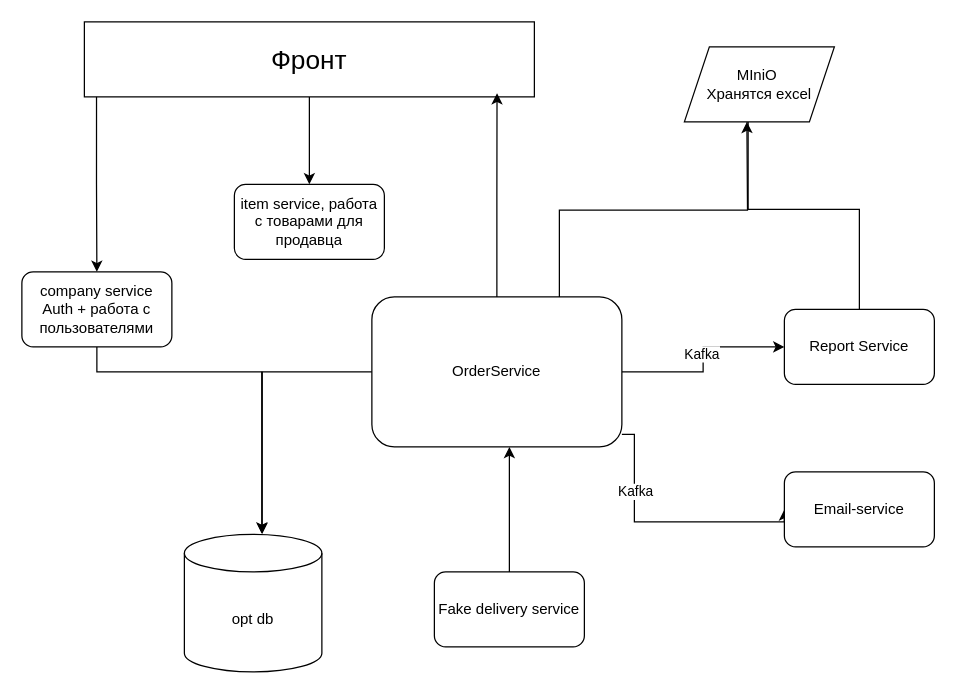
diploma-rabota/other keeps this draw.io diagram as Примерная архитектура.drawio. Above is the earlier version. Source tidied: cells renumbered, new cells numbered last; positions are measured from the earlier drawing's top-left corner, leaving out a move shared by most shapes. Both pictures are drawn from the tidied source at 125%, with x=0, y=0 at pixel (21, 21).
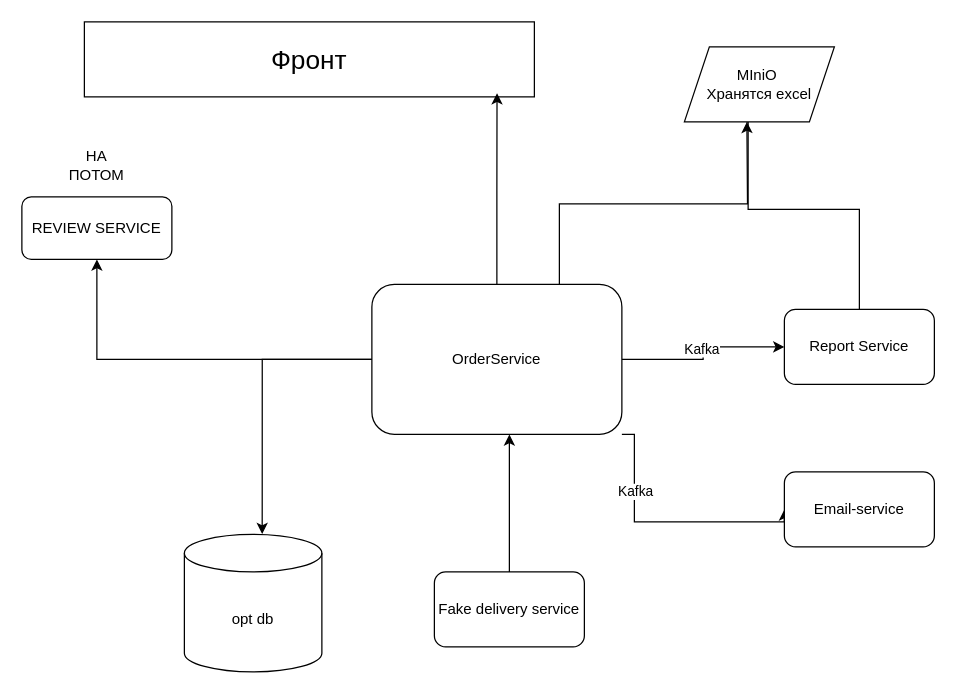
After the change.

Commit message:
С архитекутрой подумоть надо

Unchanged cells that the change refers to:
```xml
<mxCell id="4" value="&lt;font style=&quot;font-size: 21px;&quot;&gt;Фронт&lt;/font&gt;" style="rounded=0;whiteSpace=wrap;html=1;" parent="1" vertex="1">
  <mxGeometry x="50" width="360" height="60" as="geometry" />
</mxCell>
<mxCell id="17" value="opt db" style="shape=cylinder3;whiteSpace=wrap;html=1;boundedLbl=1;backgroundOutline=1;size=15;" parent="1" vertex="1">
  <mxGeometry x="130" y="410" width="110" height="110" as="geometry" />
</mxCell>
```

Change to the diagram source:
```diff
@@
-    <mxCell id="2" style="edgeStyle=orthogonalEdgeStyle;rounded=0;jettySize=auto;html=1;entryX=0.5;entryY=0;entryDx=0;entryDy=0;exitX=0.027;exitY=0.99;exitDx=0;exitDy=0;exitPerimeter=0;" parent="1" edge="1" source="4" target="6">
-      <mxGeometry relative="1" as="geometry" />
-    </mxCell>
-    <mxCell id="3" style="edgeStyle=orthogonalEdgeStyle;rounded=0;jettySize=auto;html=1;" parent="1" edge="1" source="4">
-      <mxGeometry relative="1" as="geometry">
-        <mxPoint x="230" y="130" as="targetPoint" />
-      </mxGeometry>
-    </mxCell>
@@
-    <mxCell id="5" style="edgeStyle=orthogonalEdgeStyle;rounded=0;jettySize=auto;html=1;entryX=0.563;entryY=-0.006;entryDx=0;entryDy=0;entryPerimeter=0;" parent="1" edge="1" source="6" target="17">
-      <mxGeometry relative="1" as="geometry">
-        <Array as="points">
-          <mxPoint x="60" y="280" />
-          <mxPoint x="192" y="280" />
-        </Array>
-      </mxGeometry>
-    </mxCell>
-    <mxCell id="6" value="company service&lt;div&gt;Auth + работа с пользователями&lt;/div&gt;" style="rounded=1;whiteSpace=wrap;html=1;" parent="1" vertex="1">
-      <mxGeometry y="200" width="120" height="60" as="geometry" />
-    </mxCell>
@@
+    <mxCell id="23" style="edgeStyle=orthogonalEdgeStyle;rounded=0;jettySize=auto;html=1;entryX=0.5;entryY=1;entryDx=0;entryDy=0;" parent="1" edge="1" source="12" target="24">
+      <mxGeometry relative="1" as="geometry" />
+    </mxCell>
     <mxCell id="12" value="OrderService" style="rounded=1;whiteSpace=wrap;html=1;" parent="1" vertex="1">
-      <mxGeometry x="280" y="220" width="200" height="120" as="geometry" />
+      <mxGeometry x="280" y="210" width="200" height="120" as="geometry" />
     </mxCell>
@@
-    <mxCell id="20" value="item service, работа с товарами для продавца" style="rounded=1;whiteSpace=wrap;html=1;" parent="1" vertex="1">
-      <mxGeometry x="170" y="130" width="120" height="60" as="geometry" />
-    </mxCell>
@@
+    <mxCell id="24" value="REVIEW SERVICE" style="rounded=1;whiteSpace=wrap;html=1;" parent="1" vertex="1">
+      <mxGeometry y="140" width="120" height="50" as="geometry" />
+    </mxCell>
+    <mxCell id="25" value="НА ПОТОМ" style="text;html=1;whiteSpace=wrap;strokeColor=none;fillColor=none;align=center;verticalAlign=middle;rounded=0;" parent="1" vertex="1">
+      <mxGeometry x="30" y="100" width="60" height="30" as="geometry" />
+    </mxCell>
```
